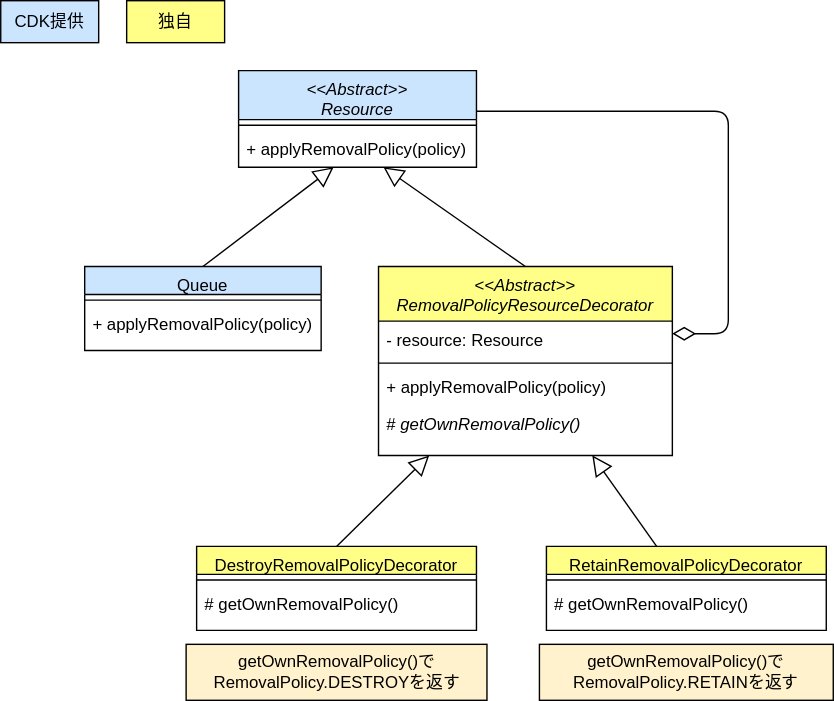
This is drawio/decorator/decorator-cdk-simplified.drawio.svg from go-to-k/cdk-gof-design-pattern, a draw.io export, as it was before one commit. Source tidied: cells renumbered, new cells last; positions are measured from the earlier drawing's top-left corner, leaving out a move shared by most shapes.
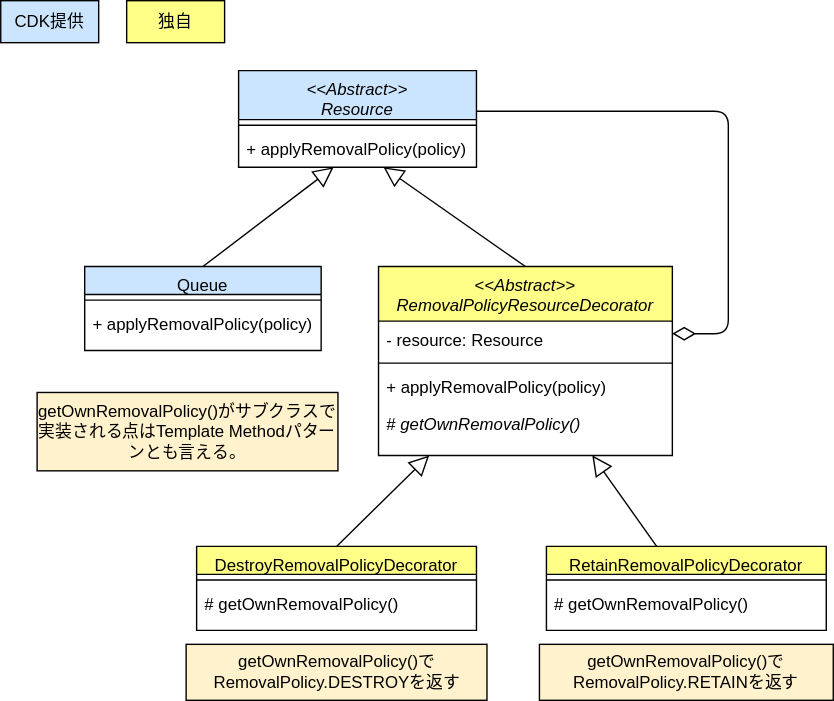
The same file after the commit.

Commit message:
update decorator diagram

Change to the diagram source:
```diff
@@ -85,5 +85,8 @@
     <mxCell id="27" value="CDK提供" style="rounded=0;whiteSpace=wrap;html=1;fillColor=#cce5ff;strokeColor=#000000;fontColor=#000000;" parent="1" vertex="1">
       <mxGeometry width="70" height="30" as="geometry" />
     </mxCell>
+    <mxCell id="28" value="getOwnRemovalPolicy()がサブクラスで実装される点はTemplate Methodパターンとも言える。" style="text;html=1;strokeColor=#000000;fillColor=#fff2cc;align=center;verticalAlign=middle;whiteSpace=wrap;rounded=0;fontColor=#000000;" parent="1" vertex="1">
+      <mxGeometry x="26" y="280" width="215" height="56" as="geometry" />
+    </mxCell>
   </root>
 </mxGraphModel>
```
